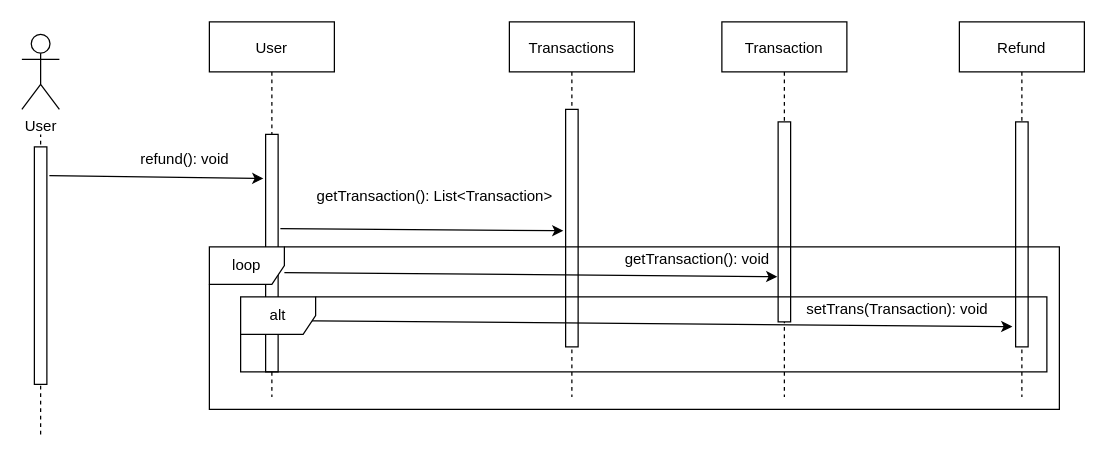
Above: refundSequence.drawio in TheGhost025/Fawry-System (draw.io), before the change. Source tidied: cells renumbered, new cells numbered last; positions are measured from the earlier drawing's top-left corner, leaving out a move shared by most shapes. Both pictures are drawn from the tidied source at 125%, with x=0, y=0 at pixel (21, 21).
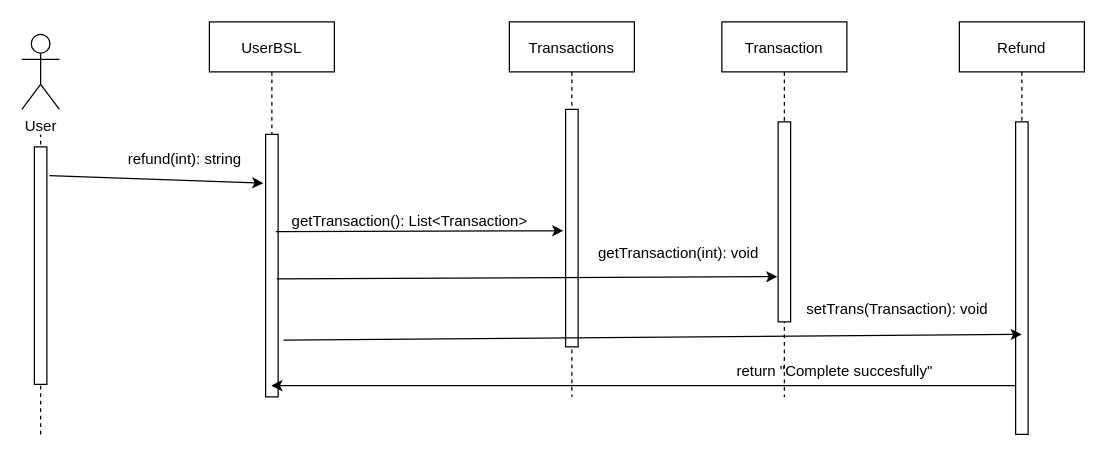
Above is the later version.

Unchanged cells that the change refers to:
```xml
<mxCell id="3" style="points=[];perimeter=orthogonalPerimeter;rounded=0;shadow=0;strokeWidth=1;" parent="2" vertex="1">
  <mxGeometry x="45" y="70" width="10" height="190" as="geometry" />
</mxCell>
<mxCell id="5" style="points=[];perimeter=orthogonalPerimeter;rounded=0;shadow=0;strokeWidth=1;" parent="4" vertex="1">
  <mxGeometry x="45" y="80" width="10" height="160" as="geometry" />
</mxCell>
```

Diff of the diagram source:
```diff
@@
-    <mxCell id="10" value="User" style="shape=umlLifeline;perimeter=lifelinePerimeter;rounded=0;shadow=0;strokeWidth=1;" parent="1" vertex="1">
+    <mxCell id="10" value="UserBSL" style="shape=umlLifeline;perimeter=lifelinePerimeter;rounded=0;shadow=0;strokeWidth=1;" parent="1" vertex="1">
       <mxGeometry x="150" width="100" height="300" as="geometry" />
     </mxCell>
     <mxCell id="11" style="points=[];perimeter=orthogonalPerimeter;rounded=0;shadow=0;strokeWidth=1;" parent="10" vertex="1">
-      <mxGeometry x="45" y="90" width="10" height="190" as="geometry" />
+      <mxGeometry x="45" y="90" width="10" height="210" as="geometry" />
     </mxCell>
@@
-    <mxCell id="13" value="refund(): void" style="text;html=1;align=center;verticalAlign=middle;" parent="1" vertex="1">
-      <mxGeometry x="85" y="100" width="90" height="20" as="geometry" />
+    <mxCell id="13" value="refund(int): string" style="text;html=1;align=center;verticalAlign=middle;" parent="1" vertex="1">
+      <mxGeometry x="75" y="95" width="110" height="30" as="geometry" />
     </mxCell>
-    <mxCell id="14" style="endArrow=classic;html=1;exitX=1.18;exitY=0.397;exitDx=0;exitDy=0;exitPerimeter=0;entryX=-0.18;entryY=0.511;entryDx=0;entryDy=0;entryPerimeter=0;" parent="1" edge="1" source="11" target="3">
+    <mxCell id="14" style="endArrow=classic;html=1;exitX=0.532;exitY=0.559;exitDx=0;exitDy=0;exitPerimeter=0;entryX=-0.18;entryY=0.511;entryDx=0;entryDy=0;entryPerimeter=0;" parent="1" edge="1" source="10" target="3">
       <mxGeometry relative="1" as="geometry" />
     </mxCell>
     <mxCell id="15" value="getTransaction(): List&amp;lt;Transaction&amp;gt;" style="text;html=1;align=center;verticalAlign=middle;" parent="1" vertex="1">
-      <mxGeometry x="230" y="130" width="200" height="20" as="geometry" />
+      <mxGeometry x="210" y="150" width="200" height="20" as="geometry" />
     </mxCell>
-    <mxCell id="16" style="endArrow=classic;html=1;exitX=1.5;exitY=0.582;exitDx=0;exitDy=0;exitPerimeter=0;entryX=-0.06;entryY=0.774;entryDx=0;entryDy=0;entryPerimeter=0;" parent="1" edge="1" source="11" target="5">
+    <mxCell id="16" style="endArrow=classic;html=1;entryX=-0.06;entryY=0.774;entryDx=0;entryDy=0;entryPerimeter=0;exitX=0.9;exitY=0.55;exitDx=0;exitDy=0;exitPerimeter=0;" parent="1" edge="1" source="11" target="5">
       <mxGeometry relative="1" as="geometry" />
     </mxCell>
-    <mxCell id="17" value="getTransaction(): void" style="text;html=1;align=center;verticalAlign=middle;" parent="1" vertex="1">
-      <mxGeometry x="475" y="180" width="130" height="20" as="geometry" />
+    <mxCell id="17" value="getTransaction(int): void" style="text;html=1;align=center;verticalAlign=middle;" parent="1" vertex="1">
+      <mxGeometry x="450" y="170" width="150" height="30" as="geometry" />
     </mxCell>
     <mxCell id="18" value="Refund" style="shape=umlLifeline;perimeter=lifelinePerimeter;rounded=0;shadow=0;strokeWidth=1;" parent="1" vertex="1">
-      <mxGeometry x="750" width="100" height="300" as="geometry" />
+      <mxGeometry x="750" width="100" height="330" as="geometry" />
     </mxCell>
     <mxCell id="19" style="points=[];perimeter=orthogonalPerimeter;rounded=0;shadow=0;strokeWidth=1;" parent="18" vertex="1">
-      <mxGeometry x="45" y="80" width="10" height="180" as="geometry" />
+      <mxGeometry x="45" y="80" width="10" height="250" as="geometry" />
     </mxCell>
-    <mxCell id="20" style="endArrow=classic;html=1;entryX=-0.26;entryY=0.91;entryDx=0;entryDy=0;entryPerimeter=0;exitX=1.42;exitY=0.784;exitDx=0;exitDy=0;exitPerimeter=0;" parent="1" edge="1" source="11" target="19">
-      <mxGeometry relative="1" as="geometry" />
+    <mxCell id="20" style="endArrow=classic;html=1;exitX=1.42;exitY=0.784;exitDx=0;exitDy=0;exitPerimeter=0;" parent="1" edge="1" source="11">
+      <mxGeometry relative="1" as="geometry">
+        <mxPoint x="800" y="250" as="targetPoint" />
+      </mxGeometry>
     </mxCell>
     <mxCell id="21" value="setTrans(Transaction): void" style="text;html=1;align=center;verticalAlign=middle;" parent="1" vertex="1">
-      <mxGeometry x="620" y="220" width="160" height="20" as="geometry" />
+      <mxGeometry x="615" y="215" width="170" height="30" as="geometry" />
     </mxCell>
-    <mxCell id="22" value="loop" style="shape=umlFrame;whiteSpace=wrap;html=1;" parent="1" vertex="1">
-      <mxGeometry x="150" y="180" width="680" height="130" as="geometry" />
-    </mxCell>
-    <mxCell id="23" value="alt" style="shape=umlFrame;whiteSpace=wrap;html=1;" parent="1" vertex="1">
-      <mxGeometry x="175" y="220" width="645" height="60" as="geometry" />
-    </mxCell>
+    <mxCell id="24" style="endArrow=classic;html=1;rounded=0;exitX=-0.06;exitY=0.844;exitDx=0;exitDy=0;exitPerimeter=0;" parent="1" edge="1" source="19" target="10">
+      <mxGeometry relative="1" as="geometry" />
+    </mxCell>
+    <mxCell id="25" value="return &quot;Complete succesfully&quot;" style="text;html=1;align=center;verticalAlign=middle;strokeColor=none;fillColor=none;" parent="1" vertex="1">
+      <mxGeometry x="560" y="265" width="180" height="30" as="geometry" />
+    </mxCell>
```
